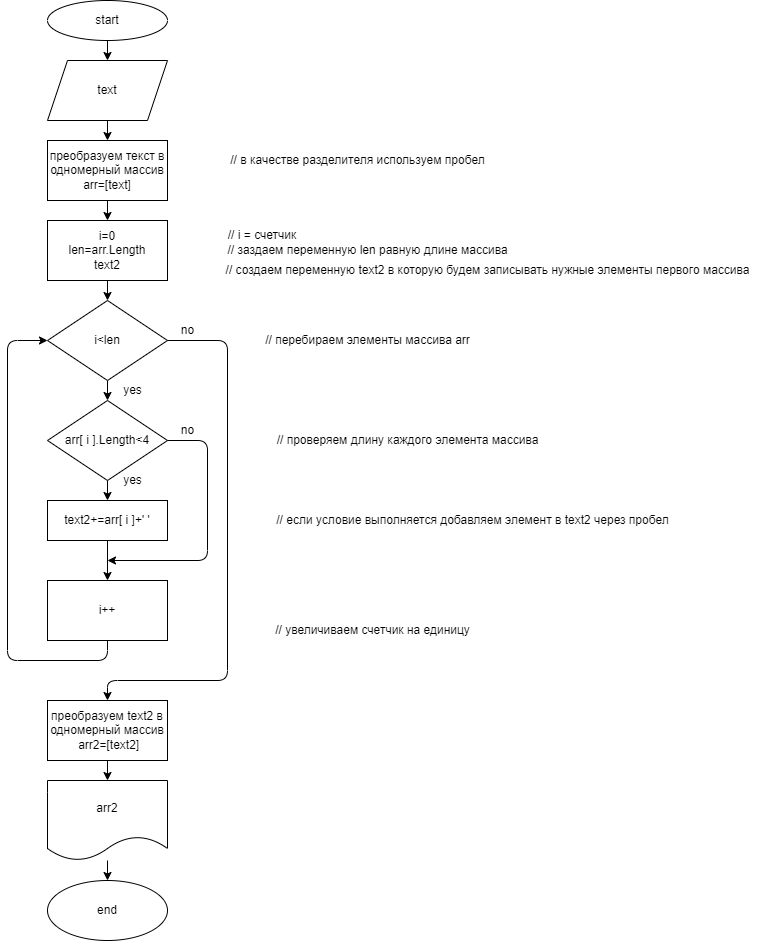
Above: shema.drawio.png in YuliyaGromova/FinalWork1 (draw.io), before the change. Source tidied: cells renumbered, new cells last; positions are measured from the earlier drawing's top-left corner, leaving out a move shared by most shapes. Source of this version:
```xml
<mxGraphModel>
  <root>
    <mxCell id="0" />
    <mxCell id="1" parent="0" />
    <mxCell id="2" style="edgeStyle=none;html=1;entryX=0.5;entryY=0;entryDx=0;entryDy=0;" parent="1" edge="1" source="3" target="5">
      <mxGeometry relative="1" as="geometry" />
    </mxCell>
    <mxCell id="3" value="start" style="ellipse;whiteSpace=wrap;html=1;" parent="1" vertex="1">
      <mxGeometry x="40" width="120" height="40" as="geometry" />
    </mxCell>
    <mxCell id="4" style="edgeStyle=none;html=1;" parent="1" edge="1" source="5" target="7">
      <mxGeometry relative="1" as="geometry" />
    </mxCell>
    <mxCell id="5" value="text" style="shape=parallelogram;perimeter=parallelogramPerimeter;whiteSpace=wrap;html=1;fixedSize=1;" parent="1" vertex="1">
      <mxGeometry x="40" y="60" width="120" height="60" as="geometry" />
    </mxCell>
    <mxCell id="6" style="edgeStyle=none;html=1;" parent="1" edge="1" source="7" target="9">
      <mxGeometry relative="1" as="geometry" />
    </mxCell>
    <mxCell id="7" value="преобразуем текст в одномерный массив&lt;br&gt;arr=[text]" style="whiteSpace=wrap;html=1;" parent="1" vertex="1">
      <mxGeometry x="40" y="140" width="120" height="60" as="geometry" />
    </mxCell>
    <mxCell id="8" style="edgeStyle=none;html=1;" parent="1" edge="1" source="9" target="11">
      <mxGeometry relative="1" as="geometry" />
    </mxCell>
    <mxCell id="9" value="i=0&lt;br&gt;len=arr.Length&lt;br&gt;text2" style="whiteSpace=wrap;html=1;" parent="1" vertex="1">
      <mxGeometry x="40" y="220" width="120" height="60" as="geometry" />
    </mxCell>
    <mxCell id="10" style="edgeStyle=none;html=1;" parent="1" edge="1" source="11">
      <mxGeometry relative="1" as="geometry">
        <mxPoint x="100" y="400" as="targetPoint" />
      </mxGeometry>
    </mxCell>
    <mxCell id="11" value="i&amp;lt;len" style="rhombus;whiteSpace=wrap;html=1;" parent="1" vertex="1">
      <mxGeometry x="40" y="300" width="120" height="80" as="geometry" />
    </mxCell>
    <mxCell id="12" style="edgeStyle=none;html=1;" parent="1" edge="1" source="13" target="15">
      <mxGeometry relative="1" as="geometry" />
    </mxCell>
    <mxCell id="13" value="arr[ i ].Length&amp;lt;4" style="rhombus;whiteSpace=wrap;html=1;" parent="1" vertex="1">
      <mxGeometry x="40" y="400" width="120" height="80" as="geometry" />
    </mxCell>
    <mxCell id="14" style="edgeStyle=none;html=1;" parent="1" edge="1" source="15" target="16">
      <mxGeometry relative="1" as="geometry" />
    </mxCell>
    <mxCell id="15" value="text2+=arr[ i ]+' '" style="whiteSpace=wrap;html=1;" parent="1" vertex="1">
      <mxGeometry x="40" y="500" width="120" height="40" as="geometry" />
    </mxCell>
    <mxCell id="16" value="i++" style="whiteSpace=wrap;html=1;" parent="1" vertex="1">
      <mxGeometry x="40" y="580" width="120" height="60" as="geometry" />
    </mxCell>
    <mxCell id="17" style="endArrow=classic;html=1;exitX=1;exitY=0.5;exitDx=0;exitDy=0;" parent="1" edge="1" source="13">
      <mxGeometry relative="1" as="geometry">
        <mxPoint x="100" y="560" as="targetPoint" />
        <Array as="points">
          <mxPoint x="200" y="440" />
          <mxPoint x="200" y="560" />
        </Array>
      </mxGeometry>
    </mxCell>
    <mxCell id="18" style="endArrow=classic;html=1;exitX=0.5;exitY=1;exitDx=0;exitDy=0;entryX=0;entryY=0.5;entryDx=0;entryDy=0;" parent="1" edge="1" source="16" target="11">
      <mxGeometry relative="1" as="geometry">
        <Array as="points">
          <mxPoint x="100" y="660" />
          <mxPoint y="660" />
          <mxPoint y="340" />
        </Array>
      </mxGeometry>
    </mxCell>
    <mxCell id="19" style="endArrow=classic;html=1;startArrow=none;entryX=0.5;entryY=0;entryDx=0;entryDy=0;" parent="1" edge="1" target="36">
      <mxGeometry relative="1" as="geometry">
        <mxPoint x="160" y="340" as="sourcePoint" />
        <Array as="points">
          <mxPoint x="220" y="340" />
          <mxPoint x="220" y="680" />
          <mxPoint x="100" y="680" />
        </Array>
      </mxGeometry>
    </mxCell>
    <mxCell id="20" style="edgeStyle=none;html=1;" parent="1" edge="1" source="36">
      <mxGeometry relative="1" as="geometry">
        <mxPoint x="100" y="780" as="targetPoint" />
      </mxGeometry>
    </mxCell>
    <mxCell id="21" style="edgeStyle=none;html=1;" parent="1" edge="1" source="22" target="23">
      <mxGeometry relative="1" as="geometry" />
    </mxCell>
    <mxCell id="22" value="arr2" style="shape=document;whiteSpace=wrap;html=1;boundedLbl=1;" parent="1" vertex="1">
      <mxGeometry x="40" y="780" width="120" height="80" as="geometry" />
    </mxCell>
    <mxCell id="23" value="end" style="ellipse;whiteSpace=wrap;html=1;" parent="1" vertex="1">
      <mxGeometry x="40" y="880" width="120" height="60" as="geometry" />
    </mxCell>
    <mxCell id="24" value="// в качестве разделителя используем пробел" style="text;html=1;align=center;verticalAlign=middle;strokeColor=none;fillColor=none;" parent="1" vertex="1">
      <mxGeometry x="215" y="150" width="270" height="20" as="geometry" />
    </mxCell>
    <mxCell id="25" value="// заздаем переменную len равную длине массива" style="text;html=1;align=center;verticalAlign=middle;strokeColor=none;fillColor=none;" parent="1" vertex="1">
      <mxGeometry x="210" y="240" width="300" height="20" as="geometry" />
    </mxCell>
    <mxCell id="26" value="// создаем переменную text2 в которую будем записывать нужные элементы первого массива" style="text;html=1;align=center;verticalAlign=middle;strokeColor=none;fillColor=none;" parent="1" vertex="1">
      <mxGeometry x="210" y="260" width="540" height="20" as="geometry" />
    </mxCell>
    <mxCell id="27" value="// i = счетчик" style="text;html=1;strokeColor=none;fillColor=none;align=center;verticalAlign=middle;whiteSpace=wrap;rounded=0;" parent="1" vertex="1">
      <mxGeometry x="200" y="220" width="110" height="30" as="geometry" />
    </mxCell>
    <mxCell id="28" value="// перебираем элементы массива arr" style="text;html=1;align=center;verticalAlign=middle;strokeColor=none;fillColor=none;" parent="1" vertex="1">
      <mxGeometry x="250" y="330" width="220" height="20" as="geometry" />
    </mxCell>
    <mxCell id="29" value="// проверяем длину каждого элемента массива" style="text;html=1;align=center;verticalAlign=middle;strokeColor=none;fillColor=none;" parent="1" vertex="1">
      <mxGeometry x="260" y="430" width="280" height="20" as="geometry" />
    </mxCell>
    <mxCell id="30" value="// если условие выполняется добавляем элемент в text2 через пробел" style="text;html=1;align=center;verticalAlign=middle;strokeColor=none;fillColor=none;" parent="1" vertex="1">
      <mxGeometry x="260" y="510" width="410" height="20" as="geometry" />
    </mxCell>
    <mxCell id="31" value="yes" style="text;html=1;align=center;verticalAlign=middle;strokeColor=none;fillColor=none;" parent="1" vertex="1">
      <mxGeometry x="110" y="380" width="30" height="20" as="geometry" />
    </mxCell>
    <mxCell id="32" value="yes" style="text;html=1;align=center;verticalAlign=middle;strokeColor=none;fillColor=none;" parent="1" vertex="1">
      <mxGeometry x="110" y="470" width="30" height="20" as="geometry" />
    </mxCell>
    <mxCell id="33" value="no" style="text;html=1;align=center;verticalAlign=middle;strokeColor=none;fillColor=none;" parent="1" vertex="1">
      <mxGeometry x="165" y="320" width="30" height="20" as="geometry" />
    </mxCell>
    <mxCell id="34" value="no" style="text;html=1;align=center;verticalAlign=middle;strokeColor=none;fillColor=none;" parent="1" vertex="1">
      <mxGeometry x="165" y="420" width="30" height="20" as="geometry" />
    </mxCell>
    <mxCell id="35" value="// увеличиваем счетчик на единицу" style="text;html=1;align=center;verticalAlign=middle;strokeColor=none;fillColor=none;" parent="1" vertex="1">
      <mxGeometry x="260" y="620" width="210" height="20" as="geometry" />
    </mxCell>
    <mxCell id="36" value="преобразуем text2 в одномерный массив&lt;br&gt;&amp;nbsp;arr2=[text2]" style="rounded=0;whiteSpace=wrap;html=1;" parent="1" vertex="1">
      <mxGeometry x="40" y="700" width="120" height="60" as="geometry" />
    </mxCell>
  </root>
</mxGraphModel>
```
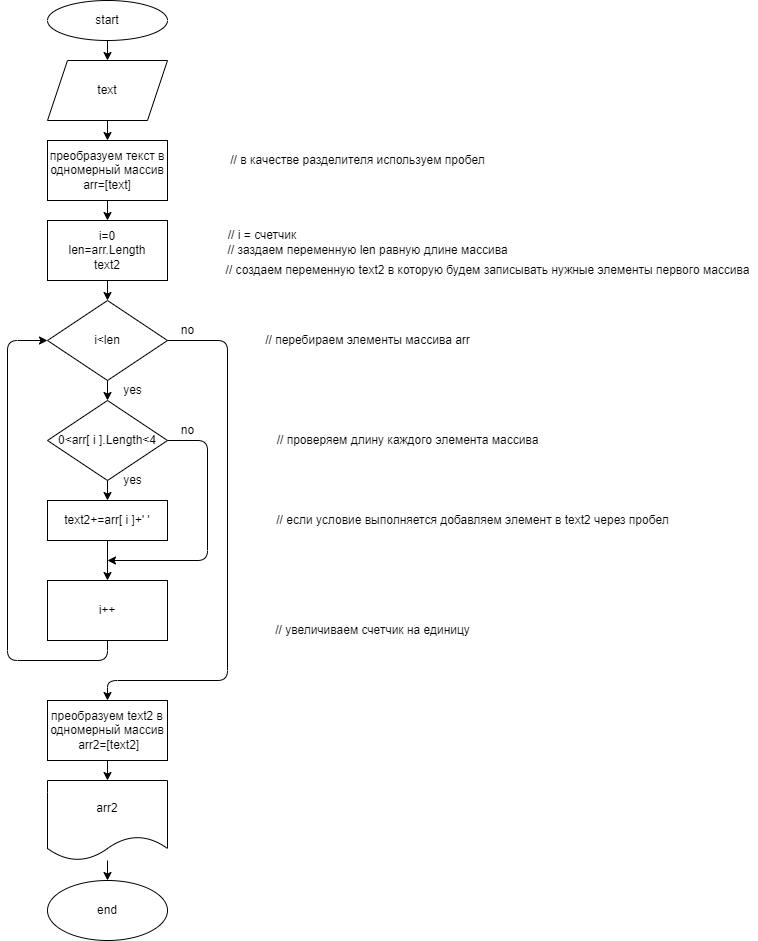
Later version of the same file.

Diff of the diagram source:
```diff
@@ -37,7 +37,7 @@
     <mxCell id="12" style="edgeStyle=none;html=1;" parent="1" edge="1" source="13" target="15">
       <mxGeometry relative="1" as="geometry" />
     </mxCell>
-    <mxCell id="13" value="arr[ i ].Length&amp;lt;4" style="rhombus;whiteSpace=wrap;html=1;" parent="1" vertex="1">
+    <mxCell id="13" value="0&amp;lt;arr[ i ].Length&amp;lt;4" style="rhombus;whiteSpace=wrap;html=1;" parent="1" vertex="1">
       <mxGeometry x="40" y="400" width="120" height="80" as="geometry" />
     </mxCell>
     <mxCell id="14" style="edgeStyle=none;html=1;" parent="1" edge="1" source="15" target="16">
```
